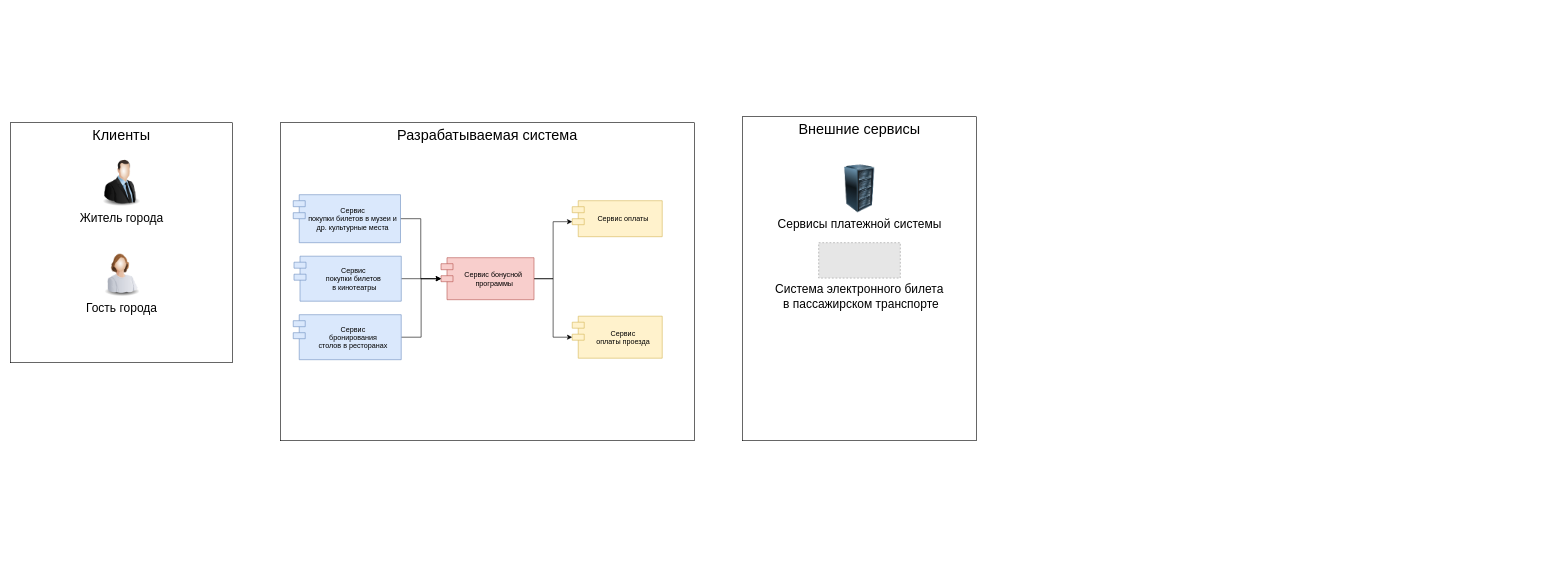
The draw.io diagram src/Архитектура системы.drawio in era-ants/diagrams, before the edit. Source tidied: cells renumbered, new cells numbered last; positions are measured from the earlier drawing's top-left corner, leaving out a move shared by most shapes. Both pictures are drawn from the tidied source at 60%, with x=0, y=0 at pixel (10, 116). Pictures stored in the file or linked from it are replaced by grey dashed boxes.
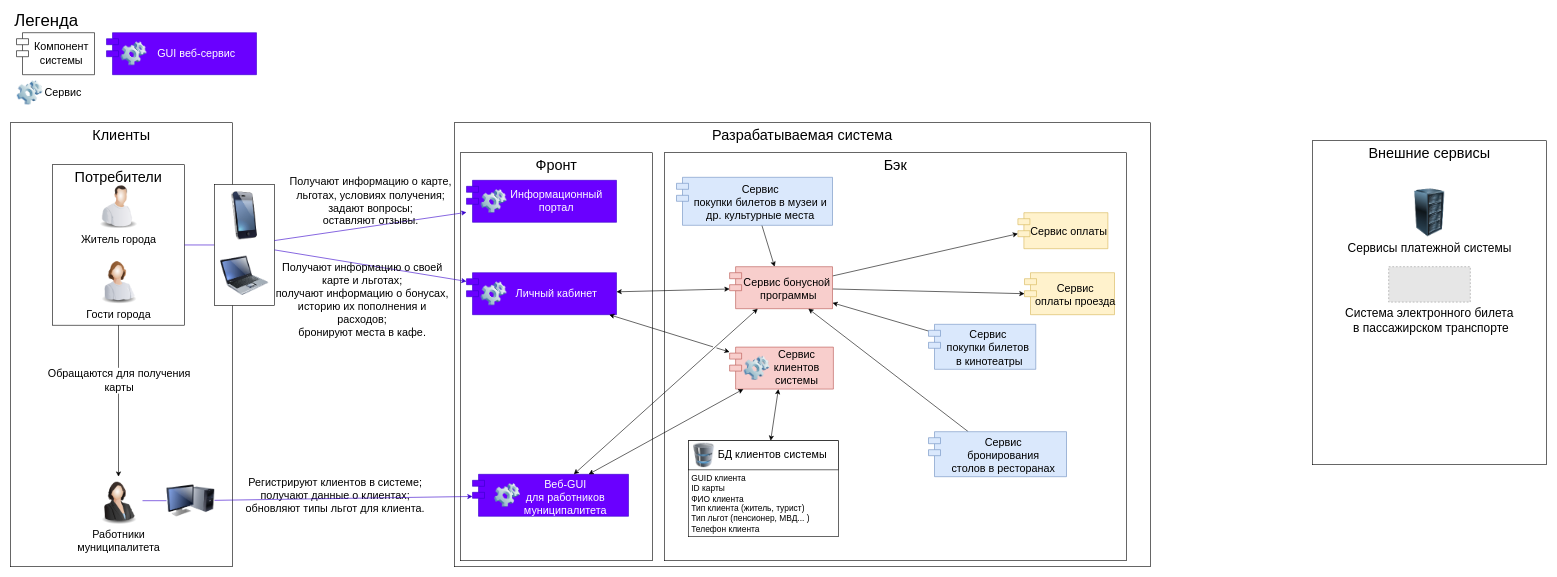
After the change.

Change to the diagram source:
```diff
@@
+    <mxCell id="3" value="Разрабатываемая система" style="rounded=0;whiteSpace=wrap;html=1;verticalAlign=top;fontSize=24;" parent="1" vertex="1">
+      <mxGeometry x="740" y="10" width="1160" height="740" as="geometry" />
+    </mxCell>
+    <mxCell id="20" value="Бэк" style="rounded=0;whiteSpace=wrap;html=1;labelBackgroundColor=none;sketch=0;fontSize=24;strokeColor=#000000;fillColor=#ffffff;align=center;verticalAlign=top;" parent="1" vertex="1">
+      <mxGeometry x="1090" y="60" width="770" height="680" as="geometry" />
+    </mxCell>
+    <mxCell id="4" value="Клиенты" style="rounded=0;whiteSpace=wrap;html=1;fontSize=24;verticalAlign=top;" parent="1" vertex="1">
+      <mxGeometry y="10" width="370" height="740" as="geometry" />
+    </mxCell>
     <mxCell id="2" value="Внешние сервисы" style="rounded=0;whiteSpace=wrap;html=1;fontSize=24;verticalAlign=top;" parent="1" vertex="1">
-      <mxGeometry x="1220" width="390" height="540" as="geometry" />
+      <mxGeometry x="2170" y="40" width="390" height="540" as="geometry" />
     </mxCell>
-    <mxCell id="3" value="Разрабатываемая система" style="rounded=0;whiteSpace=wrap;html=1;verticalAlign=top;fontSize=24;" parent="1" vertex="1">
-      <mxGeometry x="450" y="10" width="690" height="530" as="geometry" />
-    </mxCell>
-    <mxCell id="4" value="Клиенты" style="rounded=0;whiteSpace=wrap;html=1;fontSize=24;verticalAlign=top;" parent="1" vertex="1">
-      <mxGeometry y="10" width="370" height="400" as="geometry" />
-    </mxCell>
     <mxCell id="5" value="Сервисы платежной системы" style="image;html=1;image=img/lib/clip_art/computers/Server_Rack_128x128.png;fontSize=20;" parent="1" vertex="1">
-      <mxGeometry x="1375" y="80" width="80" height="80" as="geometry" />
+      <mxGeometry x="2325" y="120" width="80" height="80" as="geometry" />
     </mxCell>
-    <mxCell id="6" value="Житель города" style="image;html=1;image=img/lib/clip_art/people/Suit_Man_128x128.png;fontSize=20;" parent="1" vertex="1">
-      <mxGeometry x="145" y="70" width="80" height="80" as="geometry" />
-    </mxCell>
-    <mxCell id="7" value="Гость города" style="image;html=1;image=img/lib/clip_art/people/Worker_Woman_128x128.png;fontSize=20;" parent="1" vertex="1">
-      <mxGeometry x="145" y="220" width="80" height="80" as="geometry" />
-    </mxCell>
-    <mxCell id="8" value="Сервис оплаты" style="shape=module;align=left;spacingLeft=20;align=center;verticalAlign=middle;fillColor=#fff2cc;strokeColor=#d6b656;" parent="1" vertex="1">
-      <mxGeometry x="936.2" y="140" width="150" height="60" as="geometry" />
+    <mxCell id="8" value="Сервис оплаты" style="shape=module;align=left;spacingLeft=20;align=center;verticalAlign=middle;fillColor=#fff2cc;strokeColor=#d6b656;fontSize=18;" parent="1" vertex="1">
+      <mxGeometry x="1679" y="160" width="150" height="60" as="geometry" />
     </mxCell>
-    <mxCell id="9" style="edgeStyle=orthogonalEdgeStyle;rounded=0;jettySize=auto;html=1;exitX=1;exitY=0.5;exitDx=0;exitDy=0;entryX=0;entryY=0;entryDx=0;entryDy=35;entryPerimeter=0;fontSize=19;" parent="1" edge="1" source="11" target="8">
+    <mxCell id="9" style="rounded=0;jettySize=auto;html=1;entryX=0;entryY=0;entryDx=0;entryDy=35;entryPerimeter=0;fontSize=19;" parent="1" edge="1" source="11" target="8">
       <mxGeometry relative="1" as="geometry" />
     </mxCell>
-    <mxCell id="10" style="edgeStyle=orthogonalEdgeStyle;rounded=0;jettySize=auto;html=1;exitX=1;exitY=0.5;exitDx=0;exitDy=0;entryX=0;entryY=0;entryDx=0;entryDy=35;entryPerimeter=0;fontSize=19;" parent="1" edge="1" source="11" target="12">
+    <mxCell id="10" style="rounded=0;jettySize=auto;html=1;entryX=0;entryY=0;entryDx=0;entryDy=35;entryPerimeter=0;fontSize=19;" parent="1" edge="1" source="11" target="12">
       <mxGeometry relative="1" as="geometry" />
     </mxCell>
-    <mxCell id="11" value="Сервис бонусной&#10; программы" style="shape=module;align=left;spacingLeft=20;align=center;verticalAlign=middle;fillColor=#f8cecc;strokeColor=#b85450;" parent="1" vertex="1">
-      <mxGeometry x="717.5" y="235" width="155" height="70" as="geometry" />
+    <mxCell id="11" value="Сервис бонусной&#10; программы" style="shape=module;align=left;spacingLeft=20;align=center;verticalAlign=middle;fillColor=#f8cecc;strokeColor=#b85450;fontSize=18;" parent="1" vertex="1">
+      <mxGeometry x="1198.5" y="250" width="171.5" height="70" as="geometry" />
     </mxCell>
-    <mxCell id="12" value="Сервис &#10;оплаты проезда" style="shape=module;align=left;spacingLeft=20;align=center;verticalAlign=middle;fillColor=#fff2cc;strokeColor=#d6b656;" parent="1" vertex="1">
-      <mxGeometry x="936.2" y="332.5" width="150" height="70" as="geometry" />
+    <mxCell id="12" value="Сервис &#10;оплаты проезда" style="shape=module;align=left;spacingLeft=20;align=center;verticalAlign=middle;fillColor=#fff2cc;strokeColor=#d6b656;fontSize=18;" parent="1" vertex="1">
+      <mxGeometry x="1690" y="260" width="150" height="70" as="geometry" />
     </mxCell>
-    <mxCell id="13" style="edgeStyle=orthogonalEdgeStyle;rounded=0;jettySize=auto;html=1;exitX=1;exitY=0.5;exitDx=0;exitDy=0;entryX=0;entryY=0;entryDx=0;entryDy=35;entryPerimeter=0;fontSize=19;" parent="1" edge="1" source="14" target="11">
+    <mxCell id="13" style="rounded=0;jettySize=auto;html=1;fontSize=19;" parent="1" edge="1" source="14" target="11">
       <mxGeometry relative="1" as="geometry" />
     </mxCell>
-    <mxCell id="14" value="Сервис &#10;бронирования &#10;столов в ресторанах" style="shape=module;align=left;spacingLeft=20;align=center;verticalAlign=middle;gradientDirection=west;fillColor=#dae8fc;strokeColor=#6c8ebf;" parent="1" vertex="1">
-      <mxGeometry x="471.2" y="330" width="180" height="75" as="geometry" />
+    <mxCell id="14" value="Сервис &#10;бронирования &#10;столов в ресторанах" style="shape=module;align=left;spacingLeft=20;align=center;verticalAlign=middle;gradientDirection=west;fillColor=#dae8fc;strokeColor=#6c8ebf;fontSize=18;" parent="1" vertex="1">
+      <mxGeometry x="1530" y="525" width="230" height="75" as="geometry" />
     </mxCell>
     <mxCell id="15" value="Система электронного билета&#10; в пассажирском транспорте" style="fillColor=#E6E6E6;strokeColor=#999999;dashed=1;verticalLabelPosition=bottom;labelBackgroundColor=#ffffff;verticalAlign=top;fontSize=20;" parent="1" vertex="1">
-      <mxGeometry x="1347" y="210" width="136" height="59" as="geometry" />
+      <mxGeometry x="2297" y="250" width="136" height="59" as="geometry" />
     </mxCell>
-    <mxCell id="16" style="edgeStyle=orthogonalEdgeStyle;rounded=0;jettySize=auto;html=1;exitX=1;exitY=0.5;exitDx=0;exitDy=0;entryX=0;entryY=0;entryDx=0;entryDy=35;entryPerimeter=0;fontSize=19;" parent="1" edge="1" source="17" target="11">
+    <mxCell id="16" style="rounded=0;jettySize=auto;html=1;fontSize=19;" parent="1" edge="1" source="17" target="11">
       <mxGeometry relative="1" as="geometry" />
     </mxCell>
-    <mxCell id="17" value="Сервис &#10;покупки билетов&#10; в кинотеатры" style="shape=module;align=left;spacingLeft=20;align=center;verticalAlign=middle;fillColor=#dae8fc;strokeColor=#6c8ebf;" parent="1" vertex="1">
-      <mxGeometry x="472.5" y="232.5" width="178.8" height="75" as="geometry" />
+    <mxCell id="17" value="Сервис &#10;покупки билетов&#10; в кинотеатры" style="shape=module;align=left;spacingLeft=20;align=center;verticalAlign=middle;fillColor=#dae8fc;strokeColor=#6c8ebf;fontSize=18;" parent="1" vertex="1">
+      <mxGeometry x="1530" y="346" width="178.8" height="75" as="geometry" />
     </mxCell>
-    <mxCell id="18" style="edgeStyle=orthogonalEdgeStyle;rounded=0;jettySize=auto;html=1;entryX=0;entryY=0;entryDx=0;entryDy=35;entryPerimeter=0;fontSize=19;" parent="1" edge="1" source="19" target="11">
+    <mxCell id="18" style="rounded=0;jettySize=auto;html=1;fontSize=19;" parent="1" edge="1" source="19" target="11">
       <mxGeometry relative="1" as="geometry" />
     </mxCell>
-    <mxCell id="19" value="Сервис &#10;покупки билетов в музеи и &#10;др. культурные места" style="shape=module;align=left;spacingLeft=20;align=center;verticalAlign=middle;fillColor=#dae8fc;strokeColor=#6c8ebf;" parent="1" vertex="1">
-      <mxGeometry x="471.2" y="130" width="178.8" height="80" as="geometry" />
+    <mxCell id="19" value="Сервис &#10;покупки билетов в музеи и &#10;др. культурные места" style="shape=module;align=left;spacingLeft=20;align=center;verticalAlign=middle;fillColor=#dae8fc;strokeColor=#6c8ebf;fontSize=18;" parent="1" vertex="1">
+      <mxGeometry x="1110" y="101" width="260" height="80" as="geometry" />
     </mxCell>
+    <mxCell id="21" style="edgeStyle=none;rounded=0;jettySize=auto;html=1;fontSize=14;startArrow=classic;startFill=1;" parent="1" edge="1" target="23">
+      <mxGeometry relative="1" as="geometry">
+        <mxPoint x="1247.1" y="580" as="sourcePoint" />
+      </mxGeometry>
+    </mxCell>
+    <mxCell id="22" style="group;" parent="1" vertex="1">
+      <mxGeometry x="1130" y="540" width="250" height="160" as="geometry" />
+    </mxCell>
+    <mxCell id="23" value="&lt;div style=&quot;font-size: 14px&quot;&gt;GUID клиента&lt;br&gt;ID карты&lt;br&gt;&lt;/div&gt;&lt;div style=&quot;font-size: 14px&quot;&gt;ФИО клиента&lt;/div&gt;&lt;div style=&quot;font-size: 14px&quot;&gt;Тип клиента (житель, турист)&lt;/div&gt;&lt;div style=&quot;font-size: 14px&quot;&gt;Тип льгот (пенсионер, МВД... )&lt;/div&gt;&lt;div style=&quot;font-size: 14px&quot;&gt;Телефон клиента&lt;/div&gt;" style="rounded=0;whiteSpace=wrap;html=1;verticalAlign=top;align=left;spacing=5;fontSize=14;spacingTop=45;" parent="22" vertex="1">
+      <mxGeometry width="250" height="160" as="geometry" />
+    </mxCell>
+    <mxCell id="24" value="БД клиентов системы" style="rounded=0;whiteSpace=wrap;html=1;fontSize=18;align=center;spacingLeft=30;" parent="22" vertex="1">
+      <mxGeometry width="250" height="48.6" as="geometry" />
+    </mxCell>
+    <mxCell id="25" style="image;html=1;image=img/lib/clip_art/computers/Database_128x128.png;fontSize=24;sketch=0;" parent="22" vertex="1">
+      <mxGeometry x="7.4" y="4" width="36.8" height="40.5" as="geometry" />
+    </mxCell>
+    <mxCell id="26" style="edgeStyle=none;rounded=0;jettySize=auto;html=1;fontSize=14;startArrow=classic;startFill=1;" parent="1" edge="1" source="57" target="23">
+      <mxGeometry relative="1" as="geometry" />
+    </mxCell>
+    <mxCell id="27" value="Работники&lt;br&gt;муниципалитета" style="image;html=1;image=img/lib/clip_art/people/Suit_Woman_128x128.png;labelBackgroundColor=none;sketch=0;fontSize=18;strokeColor=#B85450;fillColor=none;align=center;" parent="1" vertex="1">
+      <mxGeometry x="140" y="600" width="80" height="80" as="geometry" />
+    </mxCell>
+    <mxCell id="28" style="group;" parent="1" vertex="1">
+      <mxGeometry x="70" y="80" width="220" height="267.5" as="geometry" />
+    </mxCell>
+    <mxCell id="29" value="Потребители" style="rounded=0;whiteSpace=wrap;html=1;labelBackgroundColor=none;sketch=0;fontSize=24;align=center;verticalAlign=top;" parent="28" vertex="1">
+      <mxGeometry width="220" height="267.5" as="geometry" />
+    </mxCell>
+    <mxCell id="6" value="Житель города" style="image;html=1;image=img/lib/clip_art/people/Worker_Man_128x128.png;labelBackgroundColor=none;sketch=0;fontSize=18;strokeColor=#B85450;fillColor=none;align=center;" parent="28" vertex="1">
+      <mxGeometry x="70" y="27.5" width="80" height="80" as="geometry" />
+    </mxCell>
+    <mxCell id="30" value="Гости города" style="image;html=1;image=img/lib/clip_art/people/Worker_Woman_128x128.png;labelBackgroundColor=none;sketch=0;fontSize=18;strokeColor=#B85450;fillColor=none;align=center;" parent="28" vertex="1">
+      <mxGeometry x="70" y="152.5" width="80" height="80" as="geometry" />
+    </mxCell>
+    <mxCell id="31" style="image;html=1;image=img/lib/clip_art/computers/Monitor_Tower_128x128.png;labelBackgroundColor=#FFFFFF;sketch=0;fontSize=24;strokeColor=#000000;fillColor=#ffffff;align=center;" parent="1" vertex="1">
+      <mxGeometry x="260" y="600" width="80" height="80" as="geometry" />
+    </mxCell>
+    <mxCell id="32" style="edgeStyle=none;rounded=0;jettySize=auto;html=1;fontSize=18;startArrow=none;startFill=0;fillColor=#6a00ff;strokeColor=#3700CC;endArrow=none;" parent="1" edge="1" source="27" target="31">
+      <mxGeometry relative="1" as="geometry" />
+    </mxCell>
+    <mxCell id="33" value="&lt;div&gt;Регистрируют клиентов в системе;&lt;/div&gt;&lt;div&gt;получают данные о клиентах;&lt;/div&gt;&lt;div&gt;обновляют типы льгот для клиента.&lt;br&gt;&lt;/div&gt;" style="edgeLabel;html=1;align=center;verticalAlign=middle;fontSize=18;labelBackgroundColor=none;" parent="32" vertex="1">
+      <mxGeometry x="-0.66" y="1" relative="1" as="geometry">
+        <mxPoint x="313" y="-8" as="offset" />
+      </mxGeometry>
+    </mxCell>
+    <mxCell id="34" style="edgeStyle=none;rounded=0;jettySize=auto;html=1;fontSize=18;startArrow=none;startFill=1;fillColor=#6a00ff;strokeColor=#3700CC;labelBackgroundColor=none;endArrow=none;endFill=0;" parent="1" edge="1" source="36" target="29">
+      <mxGeometry relative="1" as="geometry" />
+    </mxCell>
+    <mxCell id="35" style="group;" parent="1" vertex="1">
+      <mxGeometry x="340" y="112.8" width="100" height="202" as="geometry" />
+    </mxCell>
+    <mxCell id="36" style="rounded=0;whiteSpace=wrap;html=1;labelBackgroundColor=none;sketch=0;fontSize=18;strokeColor=#000000;fillColor=#ffffff;align=center;" parent="35" vertex="1">
+      <mxGeometry width="100" height="202" as="geometry" />
+    </mxCell>
+    <mxCell id="37" style="image;html=1;image=img/lib/clip_art/computers/Laptop_128x128.png;labelBackgroundColor=none;sketch=0;fontSize=18;strokeColor=#000000;fillColor=#ffffff;align=center;" parent="35" vertex="1">
+      <mxGeometry x="10" y="112" width="80" height="80" as="geometry" />
+    </mxCell>
+    <mxCell id="38" style="image;html=1;image=img/lib/clip_art/telecommunication/iPhone_128x128.png;labelBackgroundColor=none;sketch=0;fontSize=18;strokeColor=#000000;fillColor=#ffffff;align=center;" parent="35" vertex="1">
+      <mxGeometry x="10" y="12" width="80" height="80" as="geometry" />
+    </mxCell>
+    <mxCell id="39" style="edgeStyle=none;rounded=0;jettySize=auto;html=1;labelBackgroundColor=none;fontSize=18;startArrow=none;startFill=0;" parent="1" edge="1" source="29" target="27">
+      <mxGeometry relative="1" as="geometry" />
+    </mxCell>
+    <mxCell id="40" value="&lt;div&gt;Обращаются для получения&lt;/div&gt;&lt;div&gt;карты&lt;br&gt;&lt;/div&gt;" style="edgeLabel;html=1;align=center;verticalAlign=middle;fontSize=18;" parent="39" vertex="1">
+      <mxGeometry x="-0.43" y="-2" relative="1" as="geometry">
+        <mxPoint x="2" y="20" as="offset" />
+      </mxGeometry>
+    </mxCell>
+    <mxCell id="41" value="Фронт" style="rounded=0;whiteSpace=wrap;html=1;labelBackgroundColor=none;sketch=0;fontSize=24;strokeColor=#000000;fillColor=#ffffff;align=center;verticalAlign=top;" parent="1" vertex="1">
+      <mxGeometry x="750" y="60" width="320" height="680" as="geometry" />
+    </mxCell>
+    <mxCell id="42" style="group;" parent="1" vertex="1">
+      <mxGeometry x="760" y="260" width="250" height="70" as="geometry" />
+    </mxCell>
+    <mxCell id="43" value="Личный кабинет" style="shape=module;align=left;spacingLeft=50;align=center;verticalAlign=middle;fillColor=#6a00ff;strokeColor=#3700CC;fontSize=18;whiteSpace=wrap;fontColor=#ffffff;" parent="42" vertex="1">
+      <mxGeometry width="250" height="70" as="geometry" />
+    </mxCell>
+    <mxCell id="44" style="image;html=1;image=img/lib/clip_art/computers/Software_128x128.png;sketch=0;fontSize=18;align=left;labelPosition=right;verticalLabelPosition=middle;verticalAlign=middle;labelBackgroundColor=none;" parent="42" vertex="1">
+      <mxGeometry x="23" y="15" width="45" height="40" as="geometry" />
+    </mxCell>
+    <mxCell id="45" style="group;" parent="1" vertex="1">
+      <mxGeometry x="760" y="106" width="250" height="70" as="geometry" />
+    </mxCell>
+    <mxCell id="46" value="Информационный портал" style="shape=module;align=left;spacingLeft=50;align=center;verticalAlign=middle;fillColor=#6a00ff;strokeColor=#3700CC;fontSize=18;whiteSpace=wrap;fontColor=#ffffff;" parent="45" vertex="1">
+      <mxGeometry width="250" height="70" as="geometry" />
+    </mxCell>
+    <mxCell id="47" style="image;html=1;image=img/lib/clip_art/computers/Software_128x128.png;sketch=0;fontSize=18;align=left;labelPosition=right;verticalLabelPosition=middle;verticalAlign=middle;labelBackgroundColor=none;" parent="45" vertex="1">
+      <mxGeometry x="23" y="15" width="45" height="40" as="geometry" />
+    </mxCell>
+    <mxCell id="48" style="edgeStyle=none;rounded=0;jettySize=auto;html=1;fontSize=24;startArrow=none;startFill=1;fillColor=#6a00ff;strokeColor=#3700CC;" parent="1" edge="1" source="36" target="46">
+      <mxGeometry relative="1" as="geometry" />
+    </mxCell>
+    <mxCell id="49" value="&lt;div&gt;Получают информацию о карте,&lt;/div&gt;&lt;div&gt;льготах, условиях получения;&lt;/div&gt;&lt;div&gt;задают вопросы;&lt;/div&gt;&lt;div&gt;оставляют отзывы.&lt;/div&gt;" style="edgeLabel;html=1;align=center;verticalAlign=middle;fontSize=18;labelBackgroundColor=none;" parent="48" vertex="1">
+      <mxGeometry x="0.11" y="3" relative="1" as="geometry">
+        <mxPoint x="-18" y="-36" as="offset" />
+      </mxGeometry>
+    </mxCell>
+    <mxCell id="50" style="group;" parent="1" vertex="1">
+      <mxGeometry x="770" y="596" width="260" height="70" as="geometry" />
+    </mxCell>
+    <mxCell id="51" value="Веб-GUI&#10;для работников муниципалитета&#10;" style="shape=module;align=left;spacingLeft=50;align=center;verticalAlign=top;fillColor=#6a00ff;strokeColor=#3700CC;fontSize=18;whiteSpace=wrap;fontColor=#ffffff;" parent="50" vertex="1">
+      <mxGeometry width="260" height="70" as="geometry" />
+    </mxCell>
+    <mxCell id="52" style="image;html=1;image=img/lib/clip_art/computers/Software_128x128.png;sketch=0;fontSize=18;align=left;labelPosition=right;verticalLabelPosition=middle;verticalAlign=middle;labelBackgroundColor=none;" parent="50" vertex="1">
+      <mxGeometry x="29.2" y="15" width="57.2" height="40" as="geometry" />
+    </mxCell>
+    <mxCell id="53" style="edgeStyle=none;rounded=0;jettySize=auto;html=1;fontSize=18;startArrow=classic;startFill=1;fillColor=#6a00ff;strokeColor=#3700CC;labelBackgroundColor=none;endArrow=none;" parent="1" edge="1" source="43" target="36">
+      <mxGeometry relative="1" as="geometry" />
+    </mxCell>
+    <mxCell id="54" value="&lt;div&gt;Получают информацию о своей&lt;br&gt;карте и льготах;&lt;/div&gt;&lt;div&gt;получают информацию о бонусах,&lt;br&gt;историю их пополнения и&lt;/div&gt;&lt;div&gt;расходов;&lt;/div&gt;&lt;div&gt;бронируют места в кафе.&lt;/div&gt;" style="edgeLabel;html=1;align=center;verticalAlign=middle;fontSize=18;labelBackgroundColor=none;" parent="53" vertex="1">
+      <mxGeometry x="-0.31" relative="1" as="geometry">
+        <mxPoint x="-64" y="49" as="offset" />
+      </mxGeometry>
+    </mxCell>
+    <mxCell id="55" style="edgeStyle=none;rounded=0;jettySize=auto;html=1;fontSize=18;startArrow=none;startFill=1;fillColor=#6a00ff;strokeColor=#3700CC;" parent="1" edge="1" source="31" target="51">
+      <mxGeometry relative="1" as="geometry" />
+    </mxCell>
+    <mxCell id="56" style="group;" parent="1" vertex="1">
+      <mxGeometry x="1198.5" y="384" width="173" height="70" as="geometry" />
+    </mxCell>
+    <mxCell id="57" value="Сервис клиентов&#10;системы" style="shape=module;align=left;spacingLeft=50;align=center;verticalAlign=middle;fillColor=#f8cecc;strokeColor=#b85450;fontSize=18;whiteSpace=wrap;" parent="56" vertex="1">
+      <mxGeometry width="173" height="70" as="geometry" />
+    </mxCell>
+    <mxCell id="58" style="image;html=1;image=img/lib/clip_art/computers/Software_128x128.png;sketch=0;fontSize=18;align=left;labelPosition=right;verticalLabelPosition=middle;verticalAlign=middle;labelBackgroundColor=none;" parent="56" vertex="1">
+      <mxGeometry x="23" y="15" width="45" height="40" as="geometry" />
+    </mxCell>
+    <mxCell id="59" style="edgeStyle=none;rounded=0;jettySize=auto;html=1;fontSize=24;startArrow=classic;startFill=1;" parent="1" edge="1" source="51" target="57">
+      <mxGeometry relative="1" as="geometry" />
+    </mxCell>
+    <mxCell id="60" style="edgeStyle=none;rounded=0;jettySize=auto;html=1;fontSize=24;startArrow=classic;startFill=1;" parent="1" edge="1" source="51" target="11">
+      <mxGeometry relative="1" as="geometry" />
+    </mxCell>
+    <mxCell id="61" style="edgeStyle=none;rounded=0;jettySize=auto;html=1;labelBackgroundColor=none;fontSize=24;startArrow=classic;startFill=1;endArrow=classic;endFill=1;jumpStyle=gap;" parent="1" edge="1" source="57" target="43">
+      <mxGeometry relative="1" as="geometry" />
+    </mxCell>
+    <mxCell id="62" style="edgeStyle=none;rounded=0;jettySize=auto;html=1;labelBackgroundColor=none;fontSize=24;startArrow=classic;startFill=1;endArrow=classic;endFill=1;" parent="1" edge="1" source="11" target="43">
+      <mxGeometry relative="1" as="geometry" />
+    </mxCell>
+    <mxCell id="63" value="Легенда" style="text;html=1;strokeColor=none;fillColor=none;align=center;verticalAlign=middle;whiteSpace=wrap;rounded=0;labelBackgroundColor=none;sketch=0;fontSize=28;" parent="1" vertex="1">
+      <mxGeometry x="40" y="-170" width="40" height="20" as="geometry" />
+    </mxCell>
+    <mxCell id="64" value="Компонент системы" style="shape=module;align=left;spacingLeft=20;align=center;verticalAlign=middle;fontSize=18;whiteSpace=wrap;" parent="1" vertex="1">
+      <mxGeometry x="10" y="-140" width="130" height="70" as="geometry" />
+    </mxCell>
+    <mxCell id="65" value="Сервис" style="image;html=1;image=img/lib/clip_art/computers/Software_128x128.png;sketch=0;fontSize=18;align=left;labelPosition=right;verticalLabelPosition=middle;verticalAlign=middle;labelBackgroundColor=none;" parent="1" vertex="1">
+      <mxGeometry x="10" y="-60" width="45" height="40" as="geometry" />
+    </mxCell>
+    <mxCell id="66" style="group;" parent="1" vertex="1">
+      <mxGeometry x="160" y="-140" width="250" height="70" as="geometry" />
+    </mxCell>
+    <mxCell id="67" value="GUI веб-сервис" style="shape=module;align=left;spacingLeft=50;align=center;verticalAlign=middle;fillColor=#6a00ff;strokeColor=#3700CC;fontSize=18;whiteSpace=wrap;fontColor=#ffffff;" parent="66" vertex="1">
+      <mxGeometry width="250" height="70" as="geometry" />
+    </mxCell>
+    <mxCell id="68" style="image;html=1;image=img/lib/clip_art/computers/Software_128x128.png;sketch=0;fontSize=18;align=left;labelPosition=right;verticalLabelPosition=middle;verticalAlign=middle;labelBackgroundColor=none;" parent="66" vertex="1">
+      <mxGeometry x="23" y="15" width="45" height="40" as="geometry" />
+    </mxCell>
```
